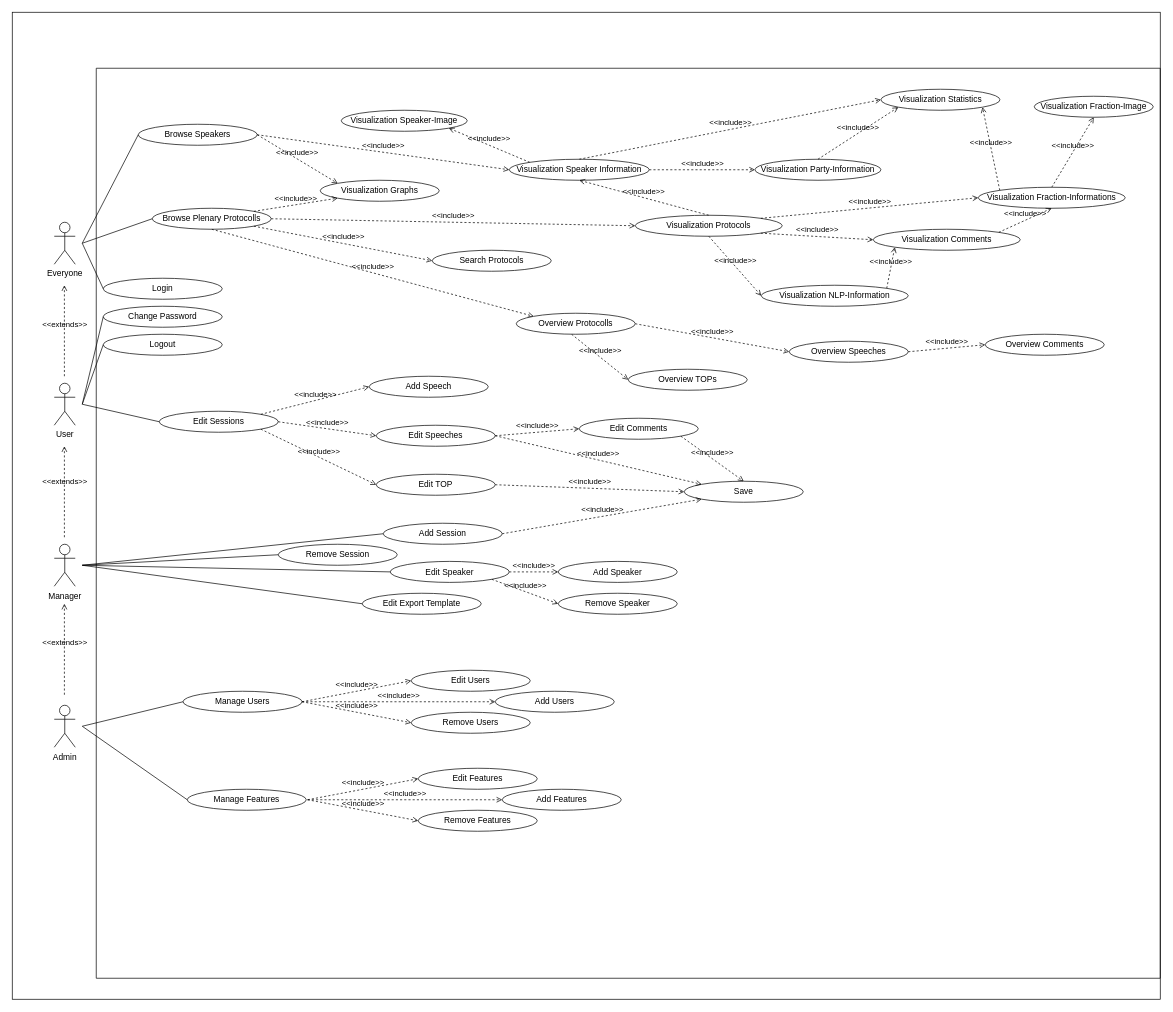
The draw.io diagram Diagramme/Use-Case-Diagramm.drawio in Andrej-Art/Parliament_Browser, before the edit. Source tidied: cells renumbered, new cells numbered last; positions are measured from the earlier drawing's top-left corner, leaving out a move shared by most shapes. Both pictures are drawn from the tidied source at 70%, with x=0, y=0 at pixel (12, 12).
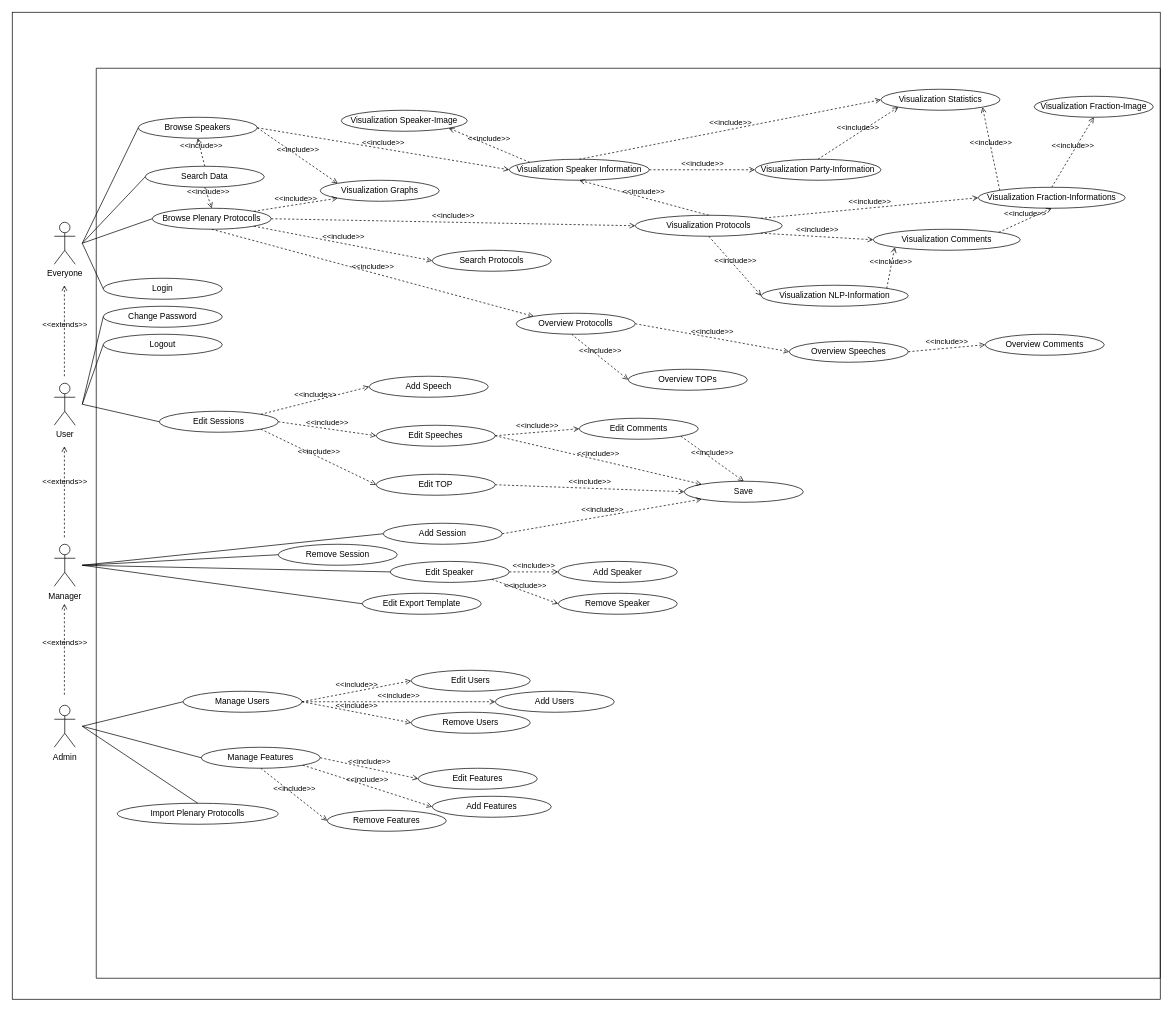
The same page after the edit.

Commit message:
Use-Case-Diagramm vervollständigung

Unchanged cells that the change refers to:
```xml
<mxCell id="7" style="swimlane;startSize=0;" parent="1" vertex="1">
  <mxGeometry x="120" y="80" width="1520" height="1300" as="geometry" />
</mxCell>
<mxCell id="8" value="Browse Plenary Protocolls" style="ellipse;whiteSpace=wrap;html=1;" parent="7" vertex="1">
  <mxGeometry x="80" y="200" width="170" height="30" as="geometry" />
</mxCell>
<mxCell id="74" value="Edit Features" style="ellipse;whiteSpace=wrap;html=1;" parent="7" vertex="1">
  <mxGeometry x="460" y="1000" width="170" height="30" as="geometry" />
</mxCell>
```

Diff of the diagram source:
```diff
@@
     <mxCell id="11" value="Browse Speakers" style="ellipse;whiteSpace=wrap;html=1;" parent="7" vertex="1">
-      <mxGeometry x="60" y="80" width="170" height="30" as="geometry" />
+      <mxGeometry x="60" y="70" width="170" height="30" as="geometry" />
     </mxCell>
@@
     <mxCell id="61" value="Manage Features" style="ellipse;whiteSpace=wrap;html=1;" parent="7" vertex="1">
-      <mxGeometry x="130" y="1030" width="170" height="30" as="geometry" />
+      <mxGeometry x="150" y="970" width="170" height="30" as="geometry" />
     </mxCell>
@@
     <mxCell id="73" value="Add Features" style="ellipse;whiteSpace=wrap;html=1;" parent="7" vertex="1">
-      <mxGeometry x="580" y="1030" width="170" height="30" as="geometry" />
+      <mxGeometry x="480" y="1040" width="170" height="30" as="geometry" />
     </mxCell>
@@
     <mxCell id="75" value="Remove Features" style="ellipse;whiteSpace=wrap;html=1;" parent="7" vertex="1">
-      <mxGeometry x="460" y="1060" width="170" height="30" as="geometry" />
+      <mxGeometry x="330" y="1060" width="170" height="30" as="geometry" />
     </mxCell>
@@
-    <mxCell id="82" value="&amp;lt;&amp;lt;include&amp;gt;&amp;gt;" style="edgeStyle=none;html=1;endArrow=open;verticalAlign=bottom;dashed=1;labelBackgroundColor=none;rounded=0;entryX=0;entryY=0.5;entryDx=0;entryDy=0;exitX=1;exitY=0.5;exitDx=0;exitDy=0;" parent="7" edge="1" target="74">
-      <mxGeometry relative="1" as="geometry">
-        <mxPoint x="302" y="1045" as="sourcePoint" />
-      </mxGeometry>
+    <mxCell id="82" value="&amp;lt;&amp;lt;include&amp;gt;&amp;gt;" style="edgeStyle=none;html=1;endArrow=open;verticalAlign=bottom;dashed=1;labelBackgroundColor=none;rounded=0;entryX=0;entryY=0.5;entryDx=0;entryDy=0;exitX=1;exitY=0.5;exitDx=0;exitDy=0;" parent="7" edge="1" source="61" target="74">
+      <mxGeometry relative="1" as="geometry" />
     </mxCell>
-    <mxCell id="83" value="&amp;lt;&amp;lt;include&amp;gt;&amp;gt;" style="edgeStyle=none;html=1;endArrow=open;verticalAlign=bottom;dashed=1;labelBackgroundColor=none;rounded=0;entryX=0;entryY=0.5;entryDx=0;entryDy=0;exitX=1;exitY=0.5;exitDx=0;exitDy=0;" parent="7" edge="1" target="75">
-      <mxGeometry relative="1" as="geometry">
-        <mxPoint x="302" y="1045" as="sourcePoint" />
-      </mxGeometry>
+    <mxCell id="83" value="&amp;lt;&amp;lt;include&amp;gt;&amp;gt;" style="edgeStyle=none;html=1;endArrow=open;verticalAlign=bottom;dashed=1;labelBackgroundColor=none;rounded=0;entryX=0;entryY=0.5;entryDx=0;entryDy=0;exitX=0.5;exitY=1;exitDx=0;exitDy=0;" parent="7" edge="1" source="61" target="75">
+      <mxGeometry relative="1" as="geometry" />
     </mxCell>
-    <mxCell id="84" value="&amp;lt;&amp;lt;include&amp;gt;&amp;gt;" style="edgeStyle=none;html=1;endArrow=open;verticalAlign=bottom;dashed=1;labelBackgroundColor=none;rounded=0;exitX=1;exitY=0.5;exitDx=0;exitDy=0;entryX=0;entryY=0.5;entryDx=0;entryDy=0;" parent="7" edge="1" target="73">
-      <mxGeometry relative="1" as="geometry">
-        <mxPoint x="302" y="1045" as="sourcePoint" />
-      </mxGeometry>
+    <mxCell id="84" value="&amp;lt;&amp;lt;include&amp;gt;&amp;gt;" style="edgeStyle=none;html=1;endArrow=open;verticalAlign=bottom;dashed=1;labelBackgroundColor=none;rounded=0;exitX=1;exitY=1;exitDx=0;exitDy=0;entryX=0;entryY=0.5;entryDx=0;entryDy=0;" parent="7" edge="1" source="61" target="73">
+      <mxGeometry relative="1" as="geometry" />
     </mxCell>
@@
+    <mxCell id="100" value="Import Plenary Protocolls" style="ellipse;whiteSpace=wrap;html=1;" parent="7" vertex="1">
+      <mxGeometry x="30" y="1050" width="230" height="30" as="geometry" />
+    </mxCell>
+    <mxCell id="101" value="Search Data" style="ellipse;whiteSpace=wrap;html=1;" parent="7" vertex="1">
+      <mxGeometry x="70" y="140" width="170" height="30" as="geometry" />
+    </mxCell>
+    <mxCell id="102" value="&amp;lt;&amp;lt;include&amp;gt;&amp;gt;" style="edgeStyle=none;html=1;endArrow=open;verticalAlign=bottom;dashed=1;labelBackgroundColor=none;rounded=0;entryX=0.5;entryY=0;entryDx=0;entryDy=0;exitX=0.5;exitY=1;exitDx=0;exitDy=0;" parent="7" edge="1" source="101" target="8">
+      <mxGeometry relative="1" as="geometry" />
+    </mxCell>
+    <mxCell id="103" value="&amp;lt;&amp;lt;include&amp;gt;&amp;gt;" style="edgeStyle=none;html=1;endArrow=open;verticalAlign=bottom;dashed=1;labelBackgroundColor=none;rounded=0;entryX=0.5;entryY=1;entryDx=0;entryDy=0;exitX=0.5;exitY=0;exitDx=0;exitDy=0;" parent="7" edge="1" source="101" target="11">
+      <mxGeometry relative="1" as="geometry" />
+    </mxCell>
@@
+    <mxCell id="104" style="endArrow=none;html=1;rounded=0;entryX=0.5;entryY=0;entryDx=0;entryDy=0;" parent="1" edge="1" target="100">
+      <mxGeometry relative="1" as="geometry">
+        <mxPoint x="100" y="1020" as="sourcePoint" />
+      </mxGeometry>
+    </mxCell>
+    <mxCell id="105" style="endArrow=none;html=1;rounded=0;entryX=0;entryY=0.5;entryDx=0;entryDy=0;" parent="1" edge="1" target="101">
+      <mxGeometry relative="1" as="geometry">
+        <mxPoint x="100" y="330" as="sourcePoint" />
+      </mxGeometry>
+    </mxCell>
```
